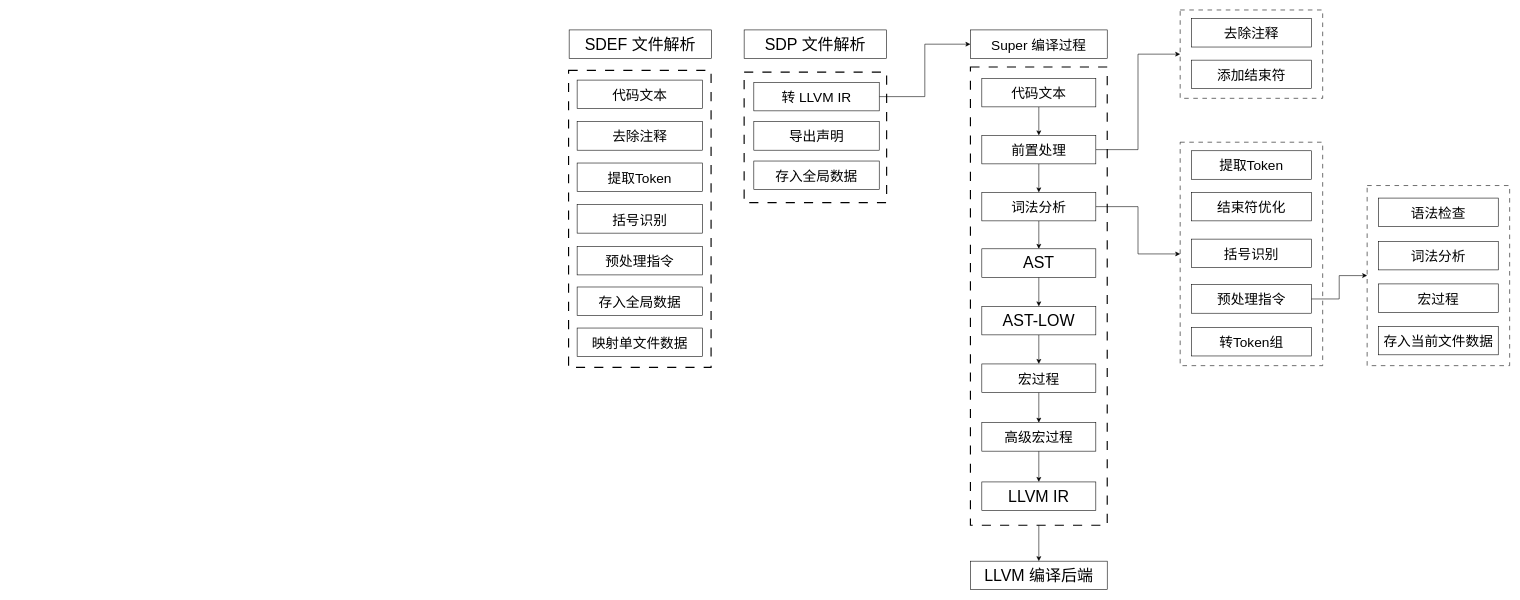
The draw.io diagram page "Super 编译过程" (1 of 4) of Doc/编译/Super流程图.drawio in SQJM/Super-Language, before the edit. Source tidied: cells renumbered, new cells numbered last; positions are measured from the earlier drawing's top-left corner, leaving out a move shared by most shapes. Both pictures are drawn from the tidied source at 57%, with x=0, y=0 at pixel (568, 10).
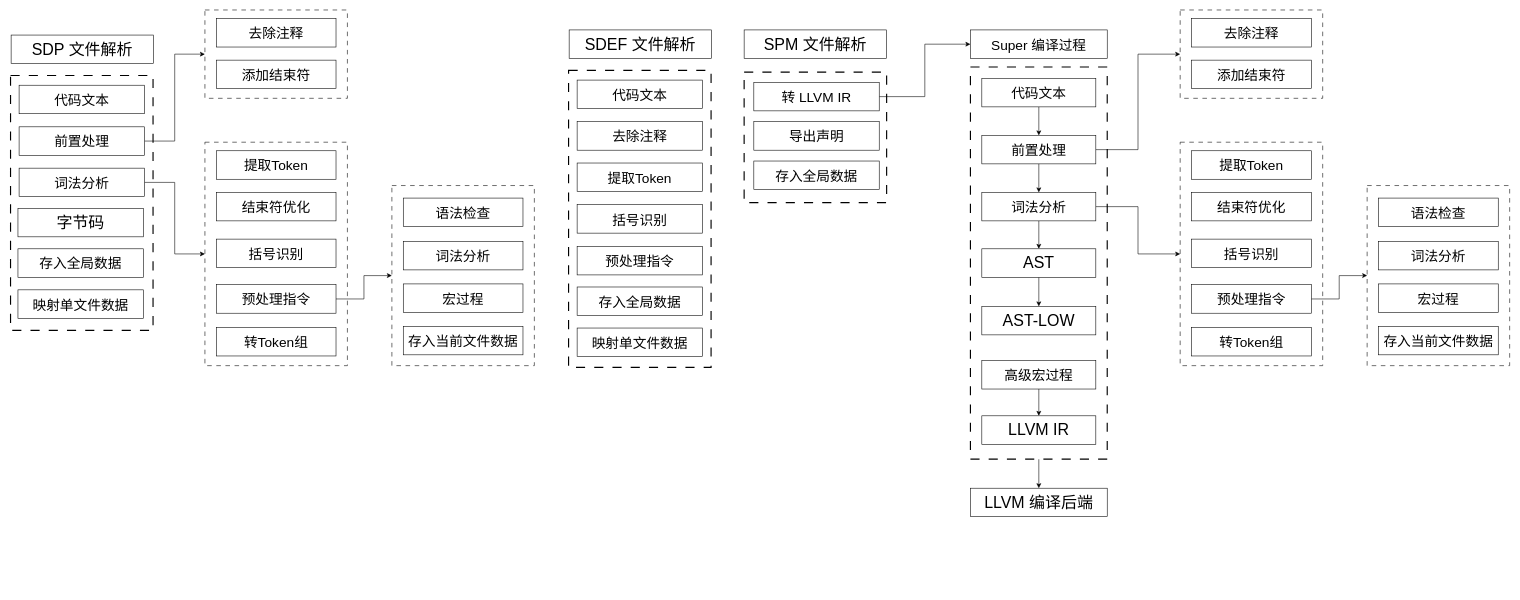
The same diagram, later.

The change refers to these unchanged cells:
```xml
<mxCell id="18" value="AST-LOW" style="html=1;whiteSpace=wrap;fontSize=28;" parent="1" vertex="1">
  <mxGeometry x="725" y="520" width="200" height="50" as="geometry" />
</mxCell>
```

The edit, as a diff of the source:
```diff
@@
     <mxCell id="3" style="rounded=0;whiteSpace=wrap;html=1;dashed=1;dashPattern=8 8;strokeWidth=2;" parent="1" vertex="1">
-      <mxGeometry x="705" y="100" width="240" height="804" as="geometry" />
+      <mxGeometry x="705" y="100" width="240" height="688" as="geometry" />
     </mxCell>
@@
-    <mxCell id="13" style="edgeStyle=orthogonalEdgeStyle;rounded=0;jettySize=auto;html=1;" parent="1" edge="1" source="14" target="26">
-      <mxGeometry relative="1" as="geometry" />
-    </mxCell>
-    <mxCell id="14" value="&lt;span style=&quot;font-size: 24px;&quot;&gt;宏过程&lt;/span&gt;" style="html=1;whiteSpace=wrap;fontSize=28;" parent="1" vertex="1">
-      <mxGeometry x="725" y="621" width="200" height="50" as="geometry" />
-    </mxCell>
@@
-    <mxCell id="17" style="edgeStyle=orthogonalEdgeStyle;rounded=0;jettySize=auto;html=1;" parent="1" edge="1" source="18" target="14">
-      <mxGeometry relative="1" as="geometry" />
-    </mxCell>
@@
     <mxCell id="19" value="LLVM IR" style="html=1;whiteSpace=wrap;fontSize=28;" parent="1" vertex="1">
-      <mxGeometry x="725" y="828" width="200" height="50" as="geometry" />
+      <mxGeometry x="725" y="712" width="200" height="50" as="geometry" />
     </mxCell>
     <mxCell id="20" value="LLVM 编译后端" style="html=1;whiteSpace=wrap;fontSize=28;" parent="1" vertex="1">
-      <mxGeometry x="705" y="967" width="240" height="50" as="geometry" />
+      <mxGeometry x="705" y="839" width="240" height="50" as="geometry" />
     </mxCell>
@@
     <mxCell id="26" value="&lt;span style=&quot;font-size: 24px;&quot;&gt;高级宏过程&lt;/span&gt;" style="html=1;whiteSpace=wrap;fontSize=28;" parent="1" vertex="1">
-      <mxGeometry x="725" y="724" width="200" height="50" as="geometry" />
+      <mxGeometry x="725" y="615" width="200" height="50" as="geometry" />
     </mxCell>
@@
-    <mxCell id="39" value="SDP 文件解析" style="html=1;whiteSpace=wrap;fontSize=28;" parent="1" vertex="1">
+    <mxCell id="39" value="SPM 文件解析" style="html=1;whiteSpace=wrap;fontSize=28;" parent="1" vertex="1">
       <mxGeometry x="308" y="35" width="250" height="50" as="geometry" />
     </mxCell>
@@
+    <mxCell id="55" value="SDP 文件解析" style="html=1;whiteSpace=wrap;fontSize=28;" parent="1" vertex="1">
+      <mxGeometry x="-978" y="44" width="250" height="50" as="geometry" />
+    </mxCell>
+    <mxCell id="56" style="rounded=0;whiteSpace=wrap;html=1;dashed=1;dashPattern=8 8;strokeWidth=2;" parent="1" vertex="1">
+      <mxGeometry x="-979" y="115" width="250" height="447" as="geometry" />
+    </mxCell>
+    <mxCell id="57" value="&lt;span style=&quot;font-size: 24px;&quot;&gt;代码文本&lt;/span&gt;" style="html=1;whiteSpace=wrap;fontSize=28;" parent="1" vertex="1">
+      <mxGeometry x="-964" y="132" width="220" height="50" as="geometry" />
+    </mxCell>
+    <mxCell id="58" style="edgeStyle=orthogonalEdgeStyle;rounded=0;jettySize=auto;html=1;entryX=0;entryY=0.5;entryDx=0;entryDy=0;" parent="1" edge="1" source="59" target="71">
+      <mxGeometry relative="1" as="geometry" />
+    </mxCell>
+    <mxCell id="59" value="&lt;span style=&quot;font-size: 24px;&quot;&gt;前置处理&lt;/span&gt;" style="html=1;whiteSpace=wrap;fontSize=28;" parent="1" vertex="1">
+      <mxGeometry x="-964" y="205" width="220" height="50" as="geometry" />
+    </mxCell>
+    <mxCell id="60" style="edgeStyle=orthogonalEdgeStyle;rounded=0;jettySize=auto;html=1;entryX=0;entryY=0.5;entryDx=0;entryDy=0;" parent="1" edge="1" source="61" target="67">
+      <mxGeometry relative="1" as="geometry" />
+    </mxCell>
+    <mxCell id="61" value="&lt;span style=&quot;font-size: 24px;&quot;&gt;词法分析&lt;/span&gt;" style="html=1;whiteSpace=wrap;fontSize=28;" parent="1" vertex="1">
+      <mxGeometry x="-964" y="277.5" width="220" height="50" as="geometry" />
+    </mxCell>
+    <mxCell id="62" value="&lt;font style=&quot;font-size: 24px;&quot;&gt;存入全局数据&lt;/font&gt;" style="html=1;whiteSpace=wrap;fontSize=28;" parent="1" vertex="1">
+      <mxGeometry x="-966" y="419" width="220" height="50" as="geometry" />
+    </mxCell>
+    <mxCell id="63" value="&lt;span style=&quot;font-size: 24px;&quot;&gt;映射单文件数据&lt;/span&gt;" style="html=1;whiteSpace=wrap;fontSize=28;" parent="1" vertex="1">
+      <mxGeometry x="-966" y="491" width="220" height="50" as="geometry" />
+    </mxCell>
+    <mxCell id="64" style="edgeStyle=orthogonalEdgeStyle;rounded=0;orthogonalLoop=1;jettySize=auto;html=1;exitX=0.5;exitY=1;exitDx=0;exitDy=0;" parent="1" edge="1" source="59" target="59">
+      <mxGeometry relative="1" as="geometry" />
+    </mxCell>
+    <mxCell id="65" style="edgeStyle=orthogonalEdgeStyle;rounded=0;orthogonalLoop=1;jettySize=auto;html=1;exitX=0.5;exitY=1;exitDx=0;exitDy=0;" parent="1" edge="1" source="63" target="63">
+      <mxGeometry relative="1" as="geometry" />
+    </mxCell>
+    <mxCell id="66" value="字节码" style="html=1;whiteSpace=wrap;fontSize=28;" parent="1" vertex="1">
+      <mxGeometry x="-966" y="348" width="220" height="50" as="geometry" />
+    </mxCell>
+    <mxCell id="67" style="rounded=0;whiteSpace=wrap;html=1;dashed=1;dashPattern=8 8;" parent="1" vertex="1">
+      <mxGeometry x="-638" y="232" width="250" height="392" as="geometry" />
+    </mxCell>
+    <mxCell id="68" value="&lt;span style=&quot;font-size: 24px;&quot;&gt;提取Token&lt;/span&gt;" style="html=1;whiteSpace=wrap;fontSize=28;" parent="1" vertex="1">
+      <mxGeometry x="-618" y="247" width="210" height="50" as="geometry" />
+    </mxCell>
+    <mxCell id="69" value="&lt;span style=&quot;font-size: 24px;&quot;&gt;结束符优化&lt;/span&gt;" style="html=1;whiteSpace=wrap;fontSize=28;" parent="1" vertex="1">
+      <mxGeometry x="-618" y="320" width="210" height="50" as="geometry" />
+    </mxCell>
+    <mxCell id="70" value="&lt;span style=&quot;font-size: 24px;&quot;&gt;括号识别&lt;/span&gt;" style="html=1;whiteSpace=wrap;fontSize=28;" parent="1" vertex="1">
+      <mxGeometry x="-618" y="402" width="210" height="50" as="geometry" />
+    </mxCell>
+    <mxCell id="71" style="rounded=0;whiteSpace=wrap;html=1;dashed=1;dashPattern=8 8;" parent="1" vertex="1">
+      <mxGeometry x="-638" width="250" height="155" as="geometry" />
+    </mxCell>
+    <mxCell id="72" value="&lt;span style=&quot;font-size: 24px;&quot;&gt;去除注释&lt;/span&gt;" style="html=1;whiteSpace=wrap;fontSize=28;" parent="1" vertex="1">
+      <mxGeometry x="-618" y="15" width="210" height="50" as="geometry" />
+    </mxCell>
+    <mxCell id="73" value="&lt;span style=&quot;font-size: 24px;&quot;&gt;添加结束符&lt;/span&gt;" style="html=1;whiteSpace=wrap;fontSize=28;" parent="1" vertex="1">
+      <mxGeometry x="-618" y="88" width="210" height="50" as="geometry" />
+    </mxCell>
+    <mxCell id="74" style="rounded=0;whiteSpace=wrap;html=1;dashed=1;dashPattern=8 8;" parent="1" vertex="1">
+      <mxGeometry x="-310" y="308" width="250" height="316" as="geometry" />
+    </mxCell>
+    <mxCell id="75" value="&lt;span style=&quot;font-size: 24px;&quot;&gt;语法检查&lt;/span&gt;" style="html=1;whiteSpace=wrap;fontSize=28;" parent="1" vertex="1">
+      <mxGeometry x="-290" y="330" width="210" height="50" as="geometry" />
+    </mxCell>
+    <mxCell id="76" value="&lt;span style=&quot;font-size: 24px;&quot;&gt;词法分析&lt;/span&gt;" style="html=1;whiteSpace=wrap;fontSize=28;" parent="1" vertex="1">
+      <mxGeometry x="-290" y="406" width="210" height="50" as="geometry" />
+    </mxCell>
+    <mxCell id="77" value="&lt;span style=&quot;font-size: 24px;&quot;&gt;存入&lt;/span&gt;&lt;span style=&quot;font-size: 24px;&quot;&gt;当前文件数据&lt;/span&gt;" style="html=1;whiteSpace=wrap;fontSize=28;" parent="1" vertex="1">
+      <mxGeometry x="-290" y="555" width="210" height="50" as="geometry" />
+    </mxCell>
+    <mxCell id="14" value="&lt;span style=&quot;font-size: 24px;&quot;&gt;宏过程&lt;/span&gt;" style="html=1;whiteSpace=wrap;fontSize=28;" parent="1" vertex="1">
+      <mxGeometry x="-290" y="480.6" width="210" height="50" as="geometry" />
+    </mxCell>
+    <mxCell id="78" style="edgeStyle=orthogonalEdgeStyle;rounded=0;jettySize=auto;html=1;entryX=0;entryY=0.5;entryDx=0;entryDy=0;" parent="1" edge="1" source="79" target="74">
+      <mxGeometry relative="1" as="geometry" />
+    </mxCell>
+    <mxCell id="79" value="&lt;span style=&quot;font-size: 24px;&quot;&gt;预处理指令&lt;/span&gt;" style="html=1;whiteSpace=wrap;fontSize=28;" parent="1" vertex="1">
+      <mxGeometry x="-618" y="482" width="210" height="50" as="geometry" />
+    </mxCell>
+    <mxCell id="80" value="&lt;span style=&quot;font-size: 24px;&quot;&gt;转Token组&lt;/span&gt;" style="html=1;whiteSpace=wrap;fontSize=28;" parent="1" vertex="1">
+      <mxGeometry x="-618" y="557" width="210" height="50" as="geometry" />
+    </mxCell>
```
